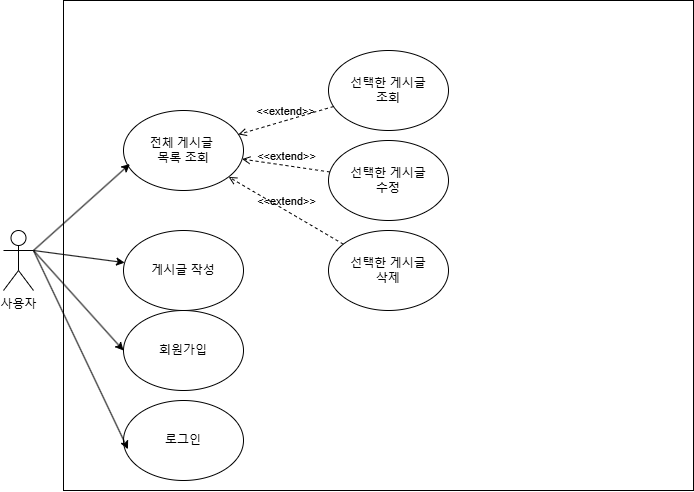
Before: src/main/resources/static/usecase.drawio.png, a diagram exported from draw.io (babyslayerr/skeleton-project). Source tidied: cells renumbered, new cells last; positions are measured from the earlier drawing's top-left corner, leaving out a move shared by most shapes.
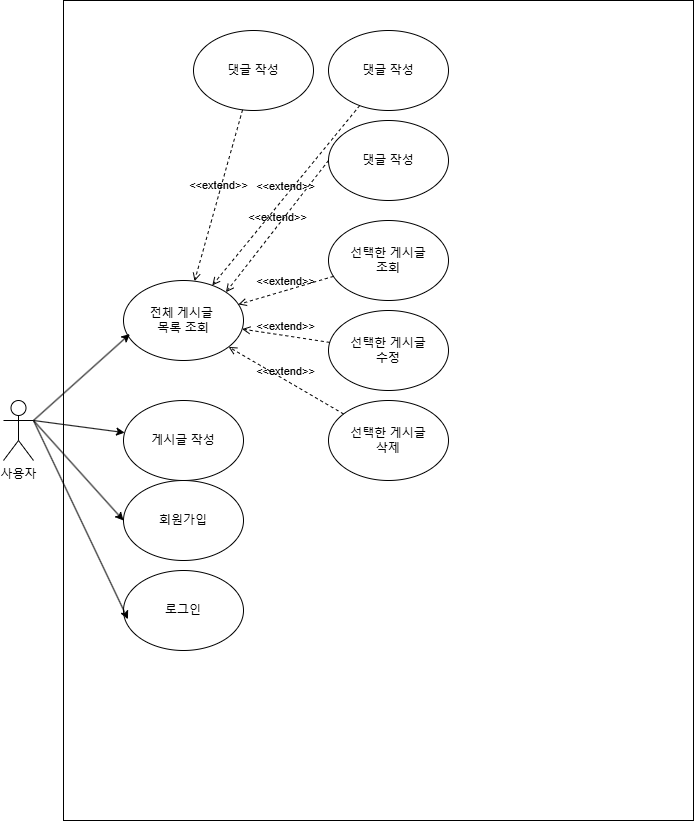
After the change.

Commit message:
usecase, erd 수정

What changed in the source:
```diff
@@ -3,7 +3,7 @@
     <mxCell id="0" />
     <mxCell id="1" parent="0" />
     <mxCell id="2" style="rounded=0;whiteSpace=wrap;html=1;" parent="1" vertex="1">
-      <mxGeometry x="60" width="630" height="490" as="geometry" />
+      <mxGeometry x="60" y="-170" width="630" height="820" as="geometry" />
     </mxCell>
     <mxCell id="3" value="사용자" style="shape=umlActor;verticalLabelPosition=bottom;verticalAlign=top;html=1;outlineConnect=0;" parent="1" vertex="1">
       <mxGeometry y="230" width="30" height="60" as="geometry" />
@@ -56,5 +56,23 @@
     <mxCell id="17" style="endArrow=classic;html=1;rounded=0;exitX=1;exitY=0.3333333333333333;exitDx=0;exitDy=0;exitPerimeter=0;entryX=0.037;entryY=0.609;entryDx=0;entryDy=0;entryPerimeter=0;" parent="1" edge="1" source="3" target="16">
       <mxGeometry relative="1" as="geometry" />
     </mxCell>
+    <mxCell id="18" value="댓글 작성" style="ellipse;whiteSpace=wrap;html=1;" parent="1" vertex="1">
+      <mxGeometry x="325" y="-50" width="120" height="80" as="geometry" />
+    </mxCell>
+    <mxCell id="19" value="&amp;lt;&amp;lt;extend&amp;gt;&amp;gt;" style="html=1;verticalAlign=bottom;labelBackgroundColor=none;endArrow=open;endFill=0;dashed=1;rounded=0;exitX=0;exitY=0.5;exitDx=0;exitDy=0;entryX=1;entryY=0;entryDx=0;entryDy=0;" parent="1" edge="1" source="18" target="4">
+      <mxGeometry relative="1" as="geometry" />
+    </mxCell>
+    <mxCell id="20" value="댓글 작성" style="ellipse;whiteSpace=wrap;html=1;" parent="1" vertex="1">
+      <mxGeometry x="190" y="-140" width="120" height="80" as="geometry" />
+    </mxCell>
+    <mxCell id="21" value="댓글 작성" style="ellipse;whiteSpace=wrap;html=1;" parent="1" vertex="1">
+      <mxGeometry x="325" y="-140" width="120" height="80" as="geometry" />
+    </mxCell>
+    <mxCell id="22" value="&amp;lt;&amp;lt;extend&amp;gt;&amp;gt;" style="html=1;verticalAlign=bottom;labelBackgroundColor=none;endArrow=open;endFill=0;dashed=1;rounded=0;" parent="1" edge="1" source="21" target="4">
+      <mxGeometry relative="1" as="geometry" />
+    </mxCell>
+    <mxCell id="23" value="&amp;lt;&amp;lt;extend&amp;gt;&amp;gt;" style="html=1;verticalAlign=bottom;labelBackgroundColor=none;endArrow=open;endFill=0;dashed=1;rounded=0;" parent="1" edge="1" source="20" target="4">
+      <mxGeometry relative="1" as="geometry" />
+    </mxCell>
   </root>
 </mxGraphModel>
```
